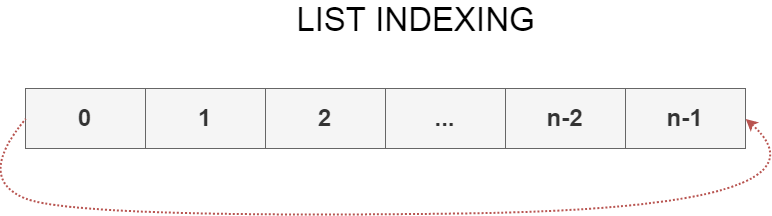
Before: img/lists.png, a diagram exported from draw.io (stonecharioteer/python_training). Source tidied: cells renumbered, new cells last; positions are measured from the earlier drawing's top-left corner, leaving out a move shared by most shapes.
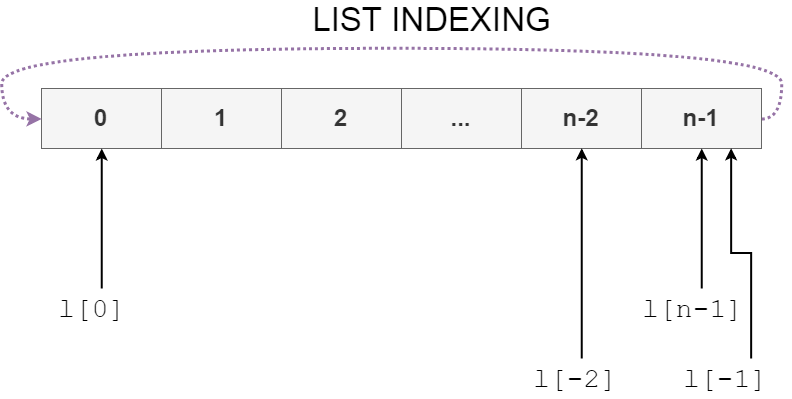
After the commit.

Commit message:
Added indexing information to diagram.

The edit, as a diff of the source:
```diff
@@ -17,20 +17,55 @@
     <mxCell id="6" value="n-2" style="rounded=0;whiteSpace=wrap;html=1;fillColor=#f5f5f5;strokeColor=#666666;fontColor=#333333;fontSize=24;fontStyle=1;" parent="1" vertex="1">
       <mxGeometry x="530" y="80" width="120" height="60" as="geometry" />
     </mxCell>
+    <mxCell id="9" style="edgeStyle=orthogonalEdgeStyle;rounded=0;jettySize=auto;html=1;entryX=0;entryY=0.5;entryDx=0;entryDy=0;startArrow=none;startFill=0;endArrow=classic;endFill=1;strokeWidth=3;fontSize=28;curved=1;exitX=1;exitY=0.5;exitDx=0;exitDy=0;dashed=1;dashPattern=1 1;fillColor=#e1d5e7;strokeColor=#9673a6;" parent="1" edge="1" source="7" target="2">
+      <mxGeometry relative="1" as="geometry">
+        <Array as="points">
+          <mxPoint x="790" y="110" />
+          <mxPoint x="790" y="40" />
+          <mxPoint x="10" y="40" />
+          <mxPoint x="10" y="110" />
+        </Array>
+      </mxGeometry>
+    </mxCell>
     <mxCell id="7" value="n-1" style="rounded=0;whiteSpace=wrap;html=1;fillColor=#f5f5f5;strokeColor=#666666;fontColor=#333333;fontSize=24;fontStyle=1;" parent="1" vertex="1">
       <mxGeometry x="650" y="80" width="120" height="60" as="geometry" />
     </mxCell>
     <mxCell id="8" value="LIST INDEXING&lt;br style=&quot;font-size: 33px;&quot;&gt;" style="text;html=1;strokeColor=none;fillColor=none;align=center;verticalAlign=middle;whiteSpace=wrap;rounded=0;fontSize=33;" parent="1" vertex="1">
       <mxGeometry x="300" width="280" height="20" as="geometry" />
     </mxCell>
-    <mxCell id="9" style="curved=1;endArrow=none;html=1;fontSize=33;exitX=1;exitY=0.5;exitDx=0;exitDy=0;entryX=0;entryY=0.5;entryDx=0;entryDy=0;strokeWidth=2;startArrow=classic;startFill=1;endFill=0;dashed=1;fillColor=#f8cecc;strokeColor=#b85450;dashPattern=1 1;" parent="1" edge="1" source="7" target="2">
-      <mxGeometry relative="1" as="geometry">
-        <Array as="points">
-          <mxPoint x="870" y="200" />
-          <mxPoint x="100" y="210" />
-          <mxPoint y="170" />
-        </Array>
-      </mxGeometry>
-    </mxCell>
+    <mxCell id="10" style="edgeStyle=orthogonalEdgeStyle;rounded=0;jettySize=auto;html=1;startArrow=none;startFill=0;endArrow=classic;endFill=1;strokeWidth=2;fontSize=33;" parent="1" edge="1" source="11" target="2">
+      <mxGeometry relative="1" as="geometry" />
+    </mxCell>
+    <mxCell id="11" value="&lt;font face=&quot;Courier New&quot; style=&quot;font-size: 28px;&quot;&gt;l[0]&lt;/font&gt;" style="text;html=1;points=[];align=left;verticalAlign=top;spacingTop=-4;fontSize=28;" parent="1" vertex="1">
+      <mxGeometry x="65" y="280" width="90" height="40" as="geometry" />
+    </mxCell>
+    <mxCell id="12" style="edgeStyle=orthogonalEdgeStyle;rounded=0;jettySize=auto;html=1;startArrow=none;startFill=0;endArrow=classic;endFill=1;strokeWidth=2;fontSize=33;" parent="1" edge="1" source="13" target="7">
+      <mxGeometry relative="1" as="geometry">
+        <Array as="points">
+          <mxPoint x="710" y="230" />
+          <mxPoint x="710" y="230" />
+        </Array>
+      </mxGeometry>
+    </mxCell>
+    <mxCell id="13" value="&lt;font face=&quot;Courier New&quot; style=&quot;font-size: 28px;&quot;&gt;l[n-1]&lt;/font&gt;" style="text;html=1;points=[];align=left;verticalAlign=top;spacingTop=-4;fontSize=28;" parent="1" vertex="1">
+      <mxGeometry x="649" y="280" width="130" height="40" as="geometry" />
+    </mxCell>
+    <mxCell id="14" style="edgeStyle=orthogonalEdgeStyle;rounded=0;jettySize=auto;html=1;entryX=0.75;entryY=1;entryDx=0;entryDy=0;startArrow=none;startFill=0;endArrow=classic;endFill=1;strokeWidth=2;fontSize=33;" parent="1" edge="1" source="15" target="7">
+      <mxGeometry relative="1" as="geometry">
+        <Array as="points">
+          <mxPoint x="760" y="245" />
+          <mxPoint x="740" y="245" />
+        </Array>
+      </mxGeometry>
+    </mxCell>
+    <mxCell id="15" value="&lt;font face=&quot;Courier New&quot; style=&quot;font-size: 28px;&quot;&gt;l[-1]&lt;/font&gt;" style="text;html=1;points=[];align=left;verticalAlign=top;spacingTop=-4;fontSize=28;" parent="1" vertex="1">
+      <mxGeometry x="689.9" y="350" width="110" height="40" as="geometry" />
+    </mxCell>
+    <mxCell id="16" style="edgeStyle=orthogonalEdgeStyle;rounded=0;jettySize=auto;html=1;entryX=0.5;entryY=1;entryDx=0;entryDy=0;startArrow=none;startFill=0;endArrow=classic;endFill=1;strokeWidth=2;fontSize=28;" parent="1" edge="1" source="17" target="6">
+      <mxGeometry relative="1" as="geometry" />
+    </mxCell>
+    <mxCell id="17" value="&lt;font face=&quot;Courier New&quot; style=&quot;font-size: 28px&quot;&gt;l[-2]&lt;/font&gt;" style="text;html=1;points=[];align=left;verticalAlign=top;spacingTop=-4;fontSize=28;" parent="1" vertex="1">
+      <mxGeometry x="540" y="350" width="100" height="40" as="geometry" />
+    </mxCell>
   </root>
 </mxGraphModel>
```
